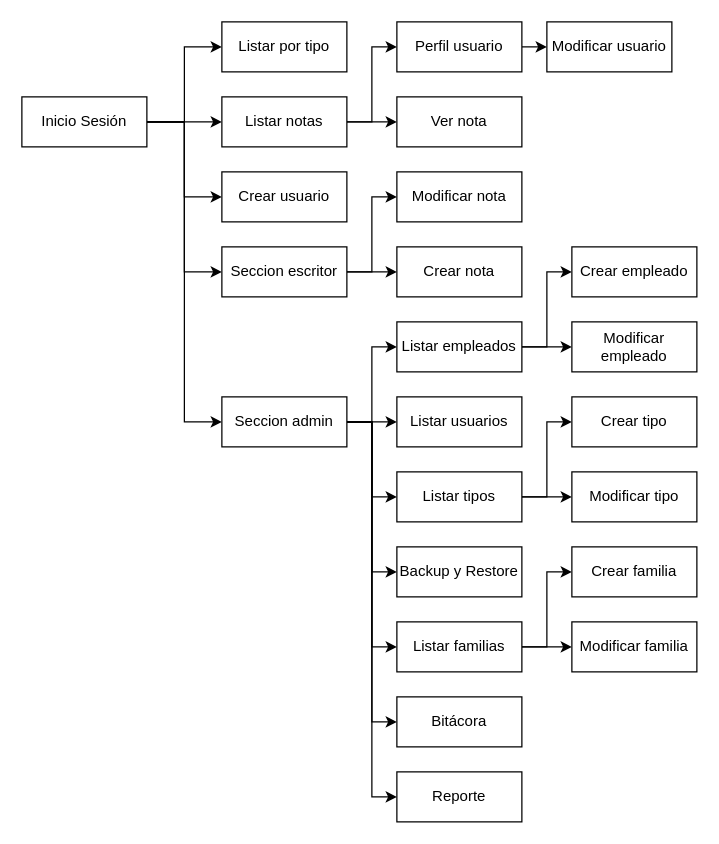
This is page "Navegacion" (1 of 2) of MapaNavegacion.drawio from MartinSob/tfi-my-news, a draw.io file, before an edit. Source tidied: cells renumbered, new cells numbered last; positions are measured from the earlier drawing's top-left corner, leaving out a move shared by most shapes. Both pictures are drawn from the tidied source at 125%, with x=0, y=0 at pixel (21, 21).
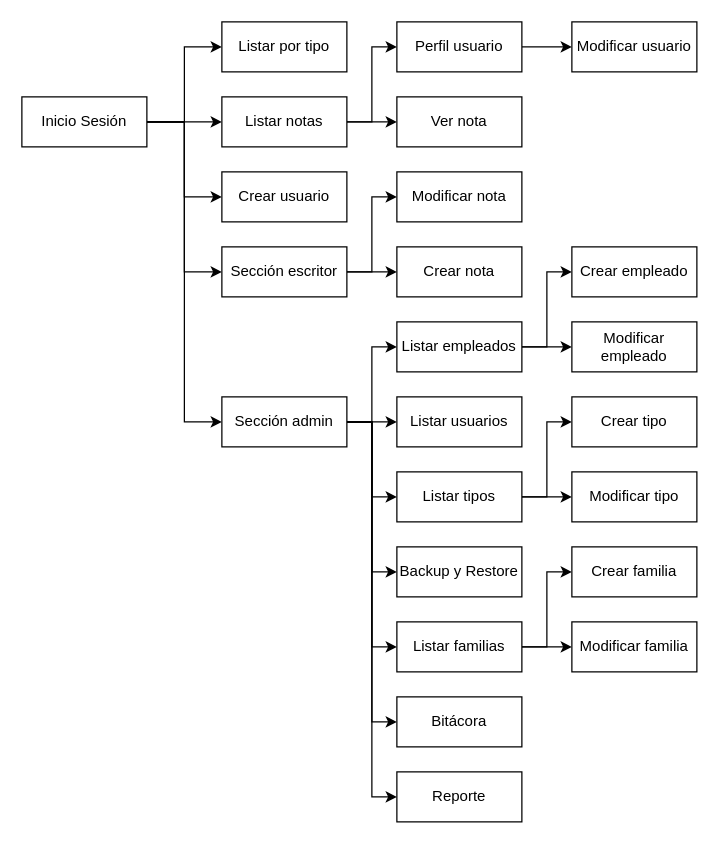
After the change.

The edit, as a diff of the source:
```diff
@@
-    <mxCell id="23" value="Seccion admin" style="rounded=0;whiteSpace=wrap;html=1;" parent="1" vertex="1">
+    <mxCell id="23" value="Sección admin" style="rounded=0;whiteSpace=wrap;html=1;" parent="1" vertex="1">
       <mxGeometry x="160" y="300" width="100" height="40" as="geometry" />
     </mxCell>
@@
     <mxCell id="41" value="Modificar usuario" style="rounded=0;whiteSpace=wrap;html=1;" parent="1" vertex="1">
-      <mxGeometry x="420" width="100" height="40" as="geometry" />
+      <mxGeometry x="440" width="100" height="40" as="geometry" />
     </mxCell>
@@
-    <mxCell id="44" value="Seccion escritor" style="rounded=0;whiteSpace=wrap;html=1;" parent="1" vertex="1">
+    <mxCell id="44" value="Sección escritor" style="rounded=0;whiteSpace=wrap;html=1;" parent="1" vertex="1">
       <mxGeometry x="160" y="180" width="100" height="40" as="geometry" />
     </mxCell>
```
